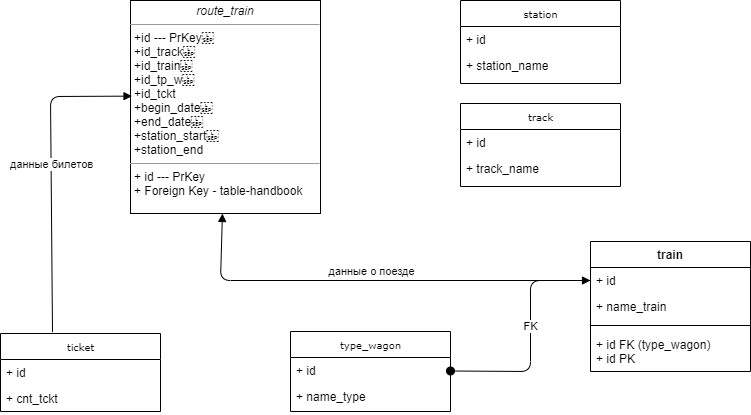
The draw.io diagram концептуальная модель.png in rezelput/TrainOrgnz, before a commit. Source tidied: cells renumbered, new cells last; positions are measured from the earlier drawing's top-left corner, leaving out a move shared by most shapes.
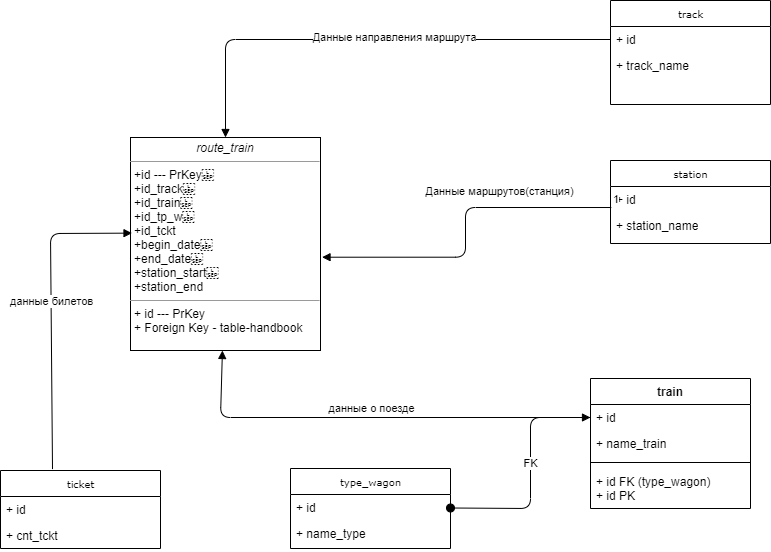
Above is the later version.

The edit, as a diff of the source:
```diff
@@ -21,7 +21,7 @@
       <mxGeometry y="52" width="160" height="26" as="geometry" />
     </mxCell>
     <mxCell id="6" value="station" style="swimlane;html=1;fontStyle=0;horizontal=1;startSize=26;fillColor=none;swimlaneFillColor=#ffffff;rounded=0;shadow=0;comic=0;labelBackgroundColor=none;strokeWidth=1;fontFamily=Verdana;fontSize=10;align=center;" parent="1" vertex="1">
-      <mxGeometry x="460" width="160" height="83" as="geometry" />
+      <mxGeometry x="610" y="23" width="160" height="83" as="geometry" />
     </mxCell>
     <mxCell id="7" value="+ id" style="text;html=1;strokeColor=none;fillColor=none;align=left;verticalAlign=top;spacingLeft=4;spacingRight=4;whiteSpace=wrap;overflow=hidden;points=[[0,0.5],[1,0.5]];portConstraint=eastwest;" parent="6" vertex="1">
       <mxGeometry y="26" width="160" height="26" as="geometry" />
@@ -30,7 +30,7 @@
       <mxGeometry y="52" width="160" height="26" as="geometry" />
     </mxCell>
     <mxCell id="9" value="track" style="swimlane;html=1;fontStyle=0;horizontal=1;startSize=26;fillColor=none;swimlaneFillColor=#ffffff;rounded=0;shadow=0;comic=0;labelBackgroundColor=none;strokeWidth=1;fontFamily=Verdana;fontSize=10;align=center;" parent="1" vertex="1">
-      <mxGeometry x="460" y="103" width="160" height="83" as="geometry" />
+      <mxGeometry x="610" y="-137" width="160" height="104" as="geometry" />
     </mxCell>
     <mxCell id="10" value="+ id" style="text;html=1;strokeColor=none;fillColor=none;align=left;verticalAlign=top;spacingLeft=4;spacingRight=4;whiteSpace=wrap;overflow=hidden;points=[[0,0.5],[1,0.5]];portConstraint=eastwest;" parent="9" vertex="1">
       <mxGeometry y="26" width="160" height="26" as="geometry" />
@@ -79,5 +79,22 @@
         </Array>
       </mxGeometry>
     </mxCell>
+    <mxCell id="23" style="endArrow=block;endFill=1;html=1;edgeStyle=orthogonalEdgeStyle;align=left;verticalAlign=top;exitX=0.005;exitY=0.808;exitDx=0;exitDy=0;exitPerimeter=0;entryX=1.008;entryY=0.562;entryDx=0;entryDy=0;entryPerimeter=0;" parent="1" edge="1" source="7" target="12">
+      <mxGeometry x="-1" relative="1" as="geometry" />
+    </mxCell>
+    <mxCell id="24" value="1" style="edgeLabel;html=1;align=left;verticalAlign=bottom;" parent="23" vertex="1">
+      <mxGeometry x="-1" relative="1" as="geometry" />
+    </mxCell>
+    <mxCell id="25" value="Данные маршрутов(станция)" style="edgeLabel;html=1;align=center;verticalAlign=middle;" parent="23" vertex="1">
+      <mxGeometry x="-0.34" y="4" relative="1" as="geometry">
+        <mxPoint y="-21" as="offset" />
+      </mxGeometry>
+    </mxCell>
+    <mxCell id="26" style="endArrow=block;endFill=1;html=1;edgeStyle=orthogonalEdgeStyle;align=left;verticalAlign=top;entryX=0.5;entryY=0;entryDx=0;entryDy=0;exitX=0;exitY=0.5;exitDx=0;exitDy=0;" parent="1" edge="1" source="10" target="12">
+      <mxGeometry x="-1" relative="1" as="geometry" />
+    </mxCell>
+    <mxCell id="27" value="Данные направления маршрута" style="edgeLabel;html=1;align=center;verticalAlign=middle;" parent="26" vertex="1">
+      <mxGeometry x="-0.1" y="-3" relative="1" as="geometry" />
+    </mxCell>
   </root>
 </mxGraphModel>
```
